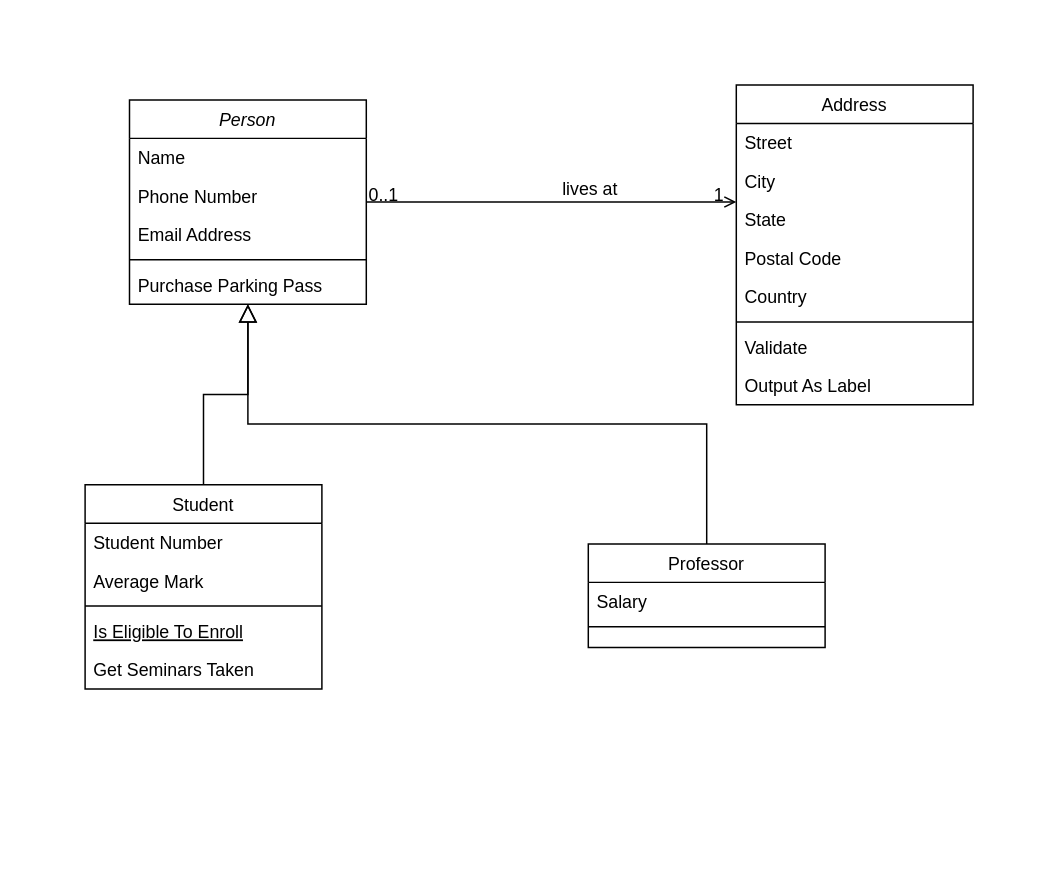
Earlier version of the draw.io diagram Untitled Diagram.drawio (antrosgeor/diagrams). Source tidied: cells renumbered, new cells numbered last; positions are measured from the earlier drawing's top-left corner, leaving out a move shared by most shapes. Both pictures are drawn from the tidied source at 148%, with x=0, y=0 at pixel (84, 84).
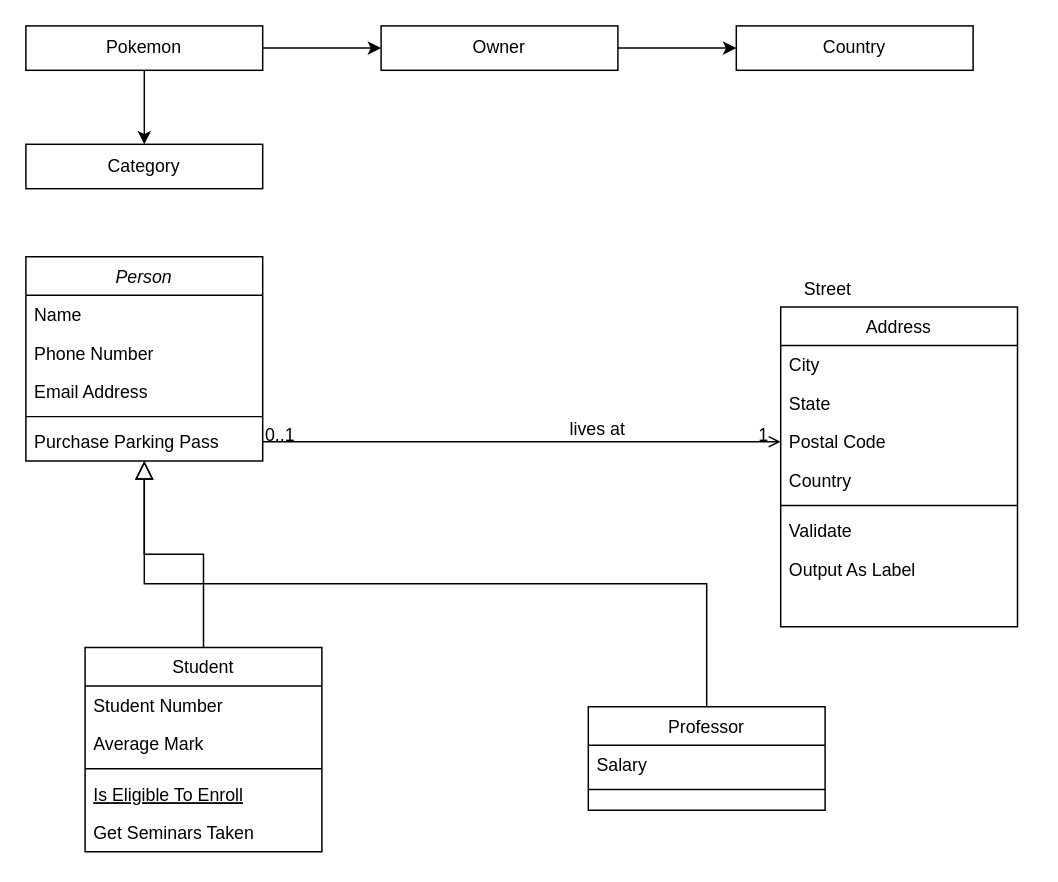
The same diagram, later.

Commit message:
Update Pokemon Diagram

What changed in the source:
```diff
@@
     <mxCell id="2" value="Person" style="swimlane;fontStyle=2;align=center;verticalAlign=top;horizontal=1;startSize=26;rounded=0;shadow=0;strokeWidth=1;" parent="1" vertex="1">
-      <mxGeometry x="30" y="10" width="160" height="138" as="geometry" />
+      <mxGeometry x="-40" y="116" width="160" height="138" as="geometry" />
     </mxCell>
@@
     <mxCell id="8" value="Student" style="swimlane;fontStyle=0;align=center;verticalAlign=top;horizontal=1;startSize=26;rounded=0;shadow=0;strokeWidth=1;" parent="1" vertex="1">
-      <mxGeometry y="270" width="160" height="138" as="geometry" />
+      <mxGeometry y="380" width="160" height="138" as="geometry" />
     </mxCell>
@@
     <mxCell id="15" value="Professor" style="swimlane;fontStyle=0;align=center;verticalAlign=top;horizontal=1;startSize=26;rounded=0;shadow=0;strokeWidth=1;" parent="1" vertex="1">
-      <mxGeometry x="340" y="310" width="160" height="70" as="geometry" />
+      <mxGeometry x="340" y="420" width="160" height="70" as="geometry" />
     </mxCell>
@@
     <mxCell id="19" value="Address" style="swimlane;fontStyle=0;align=center;verticalAlign=top;horizontal=1;startSize=26;rounded=0;shadow=0;strokeWidth=1;" parent="1" vertex="1">
-      <mxGeometry x="440" width="160" height="216" as="geometry" />
+      <mxGeometry x="470" y="150" width="160" height="216" as="geometry" />
     </mxCell>
-    <mxCell id="20" value="Street" style="text;align=left;verticalAlign=top;spacingLeft=4;spacingRight=4;overflow=hidden;" parent="19" vertex="1">
-      <mxGeometry y="26" width="160" height="26" as="geometry" />
-    </mxCell>
     <mxCell id="21" value="City" style="text;align=left;verticalAlign=top;spacingLeft=4;spacingRight=4;overflow=hidden;rounded=0;shadow=0;html=0;" parent="19" vertex="1">
-      <mxGeometry y="52" width="160" height="26" as="geometry" />
+      <mxGeometry y="26" width="160" height="26" as="geometry" />
     </mxCell>
     <mxCell id="22" value="State" style="text;align=left;verticalAlign=top;spacingLeft=4;spacingRight=4;overflow=hidden;rounded=0;shadow=0;html=0;" parent="19" vertex="1">
-      <mxGeometry y="78" width="160" height="26" as="geometry" />
+      <mxGeometry y="52" width="160" height="26" as="geometry" />
     </mxCell>
     <mxCell id="23" value="Postal Code" style="text;align=left;verticalAlign=top;spacingLeft=4;spacingRight=4;overflow=hidden;points=[[0,0.5],[1,0.5]];portConstraint=eastwest;rounded=0;shadow=0;html=0;" parent="19" vertex="1">
-      <mxGeometry y="104" width="160" height="26" as="geometry" />
+      <mxGeometry y="78" width="160" height="26" as="geometry" />
     </mxCell>
     <mxCell id="24" value="Country" style="text;align=left;verticalAlign=top;spacingLeft=4;spacingRight=4;overflow=hidden;rounded=0;shadow=0;html=0;" parent="19" vertex="1">
-      <mxGeometry y="130" width="160" height="26" as="geometry" />
+      <mxGeometry y="104" width="160" height="26" as="geometry" />
     </mxCell>
     <mxCell id="25" style="line;html=1;strokeWidth=1;align=left;verticalAlign=middle;spacingTop=-1;spacingLeft=3;spacingRight=3;labelPosition=right;" parent="19" vertex="1">
-      <mxGeometry y="156" width="160" height="8" as="geometry" />
+      <mxGeometry y="130" width="160" height="8" as="geometry" />
     </mxCell>
     <mxCell id="26" value="Validate" style="text;align=left;verticalAlign=top;spacingLeft=4;spacingRight=4;overflow=hidden;" parent="19" vertex="1">
-      <mxGeometry y="164" width="160" height="26" as="geometry" />
+      <mxGeometry y="138" width="160" height="26" as="geometry" />
     </mxCell>
     <mxCell id="27" value="Output As Label" style="text;align=left;verticalAlign=top;spacingLeft=4;spacingRight=4;overflow=hidden;" parent="19" vertex="1">
-      <mxGeometry y="190" width="160" height="26" as="geometry" />
+      <mxGeometry y="164" width="160" height="26" as="geometry" />
     </mxCell>
-    <mxCell id="28" style="endArrow=open;shadow=0;strokeWidth=1;rounded=0;endFill=1;edgeStyle=elbowEdgeStyle;elbow=vertical;" parent="1" edge="1" source="2" target="19">
+    <mxCell id="28" style="endArrow=open;shadow=0;strokeWidth=1;rounded=0;endFill=1;edgeStyle=elbowEdgeStyle;elbow=vertical;entryX=0;entryY=0.5;entryDx=0;entryDy=0;" parent="1" edge="1" source="2" target="23">
       <mxGeometry x="0.5" y="41" relative="1" as="geometry">
         <mxPoint x="-40" y="32" as="offset" />
       </mxGeometry>
     </mxCell>
@@
+    <mxCell id="20" value="Street" style="text;align=left;verticalAlign=top;spacingLeft=4;spacingRight=4;overflow=hidden;" parent="1" vertex="1">
+      <mxGeometry x="480" y="124" width="160" height="26" as="geometry" />
+    </mxCell>
+    <mxCell id="32" style="edgeStyle=orthogonalEdgeStyle;rounded=0;jettySize=auto;html=1;" parent="1" edge="1" source="34" target="35">
+      <mxGeometry relative="1" as="geometry" />
+    </mxCell>
+    <mxCell id="33" style="edgeStyle=orthogonalEdgeStyle;rounded=0;jettySize=auto;html=1;" parent="1" edge="1" source="34" target="37">
+      <mxGeometry relative="1" as="geometry" />
+    </mxCell>
+    <mxCell id="34" value="Pokemon" style="rounded=0;whiteSpace=wrap;html=1;" parent="1" vertex="1">
+      <mxGeometry x="-40" y="-40" width="160" height="30" as="geometry" />
+    </mxCell>
+    <mxCell id="35" value="Category" style="rounded=0;whiteSpace=wrap;html=1;" parent="1" vertex="1">
+      <mxGeometry x="-40" y="40" width="160" height="30" as="geometry" />
+    </mxCell>
+    <mxCell id="36" style="edgeStyle=orthogonalEdgeStyle;rounded=0;jettySize=auto;html=1;exitX=1;exitY=0.5;exitDx=0;exitDy=0;entryX=0;entryY=0.5;entryDx=0;entryDy=0;" parent="1" edge="1" source="37" target="38">
+      <mxGeometry relative="1" as="geometry" />
+    </mxCell>
+    <mxCell id="37" value="Owner" style="rounded=0;whiteSpace=wrap;html=1;" parent="1" vertex="1">
+      <mxGeometry x="200" y="-40" width="160" height="30" as="geometry" />
+    </mxCell>
+    <mxCell id="38" value="Country" style="rounded=0;whiteSpace=wrap;html=1;" parent="1" vertex="1">
+      <mxGeometry x="440" y="-40" width="160" height="30" as="geometry" />
+    </mxCell>
```
